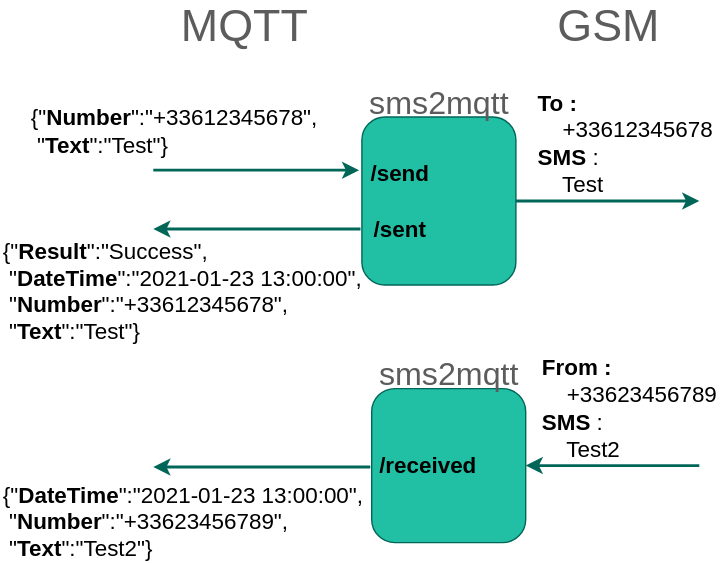
This is diagram.svg from Domochip/sms2mqtt, a draw.io export, as it was before one commit. Source tidied: cells renumbered, new cells last; positions are measured from the earlier drawing's top-left corner, leaving out a move shared by most shapes.
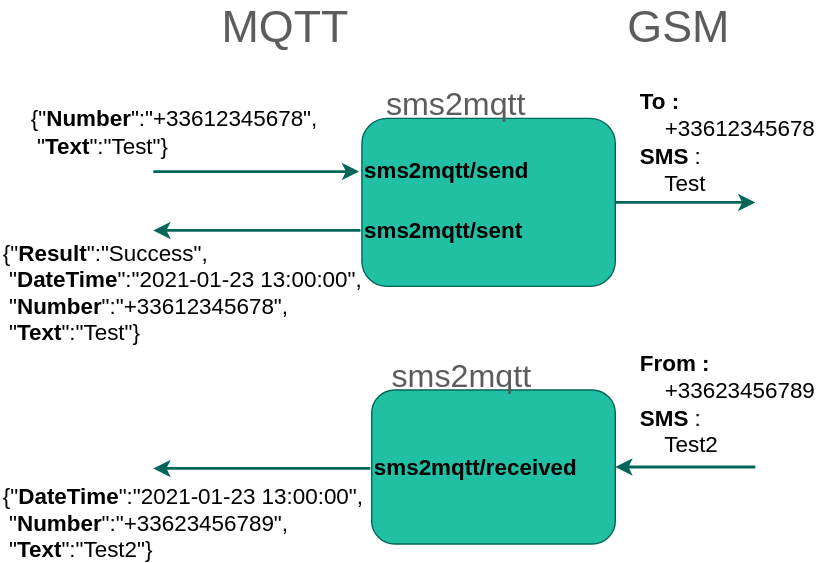
After the change.

Change to the diagram source:
```diff
@@ -4,11 +4,11 @@
     <mxCell id="1" parent="0" />
     <mxCell id="2" style="edgeStyle=orthogonalEdgeStyle;jettySize=auto;html=1;exitX=1;exitY=0.5;exitDx=0;exitDy=0;strokeColor=#006658;fontColor=#5C5C5C;strokeWidth=2;" parent="1" edge="1" source="3">
       <mxGeometry relative="1" as="geometry">
-        <mxPoint x="499" y="140" as="targetPoint" />
+        <mxPoint x="539" y="140" as="targetPoint" />
       </mxGeometry>
     </mxCell>
     <mxCell id="3" style="whiteSpace=wrap;html=1;fillColor=#21C0A5;strokeColor=#006658;fontColor=#5C5C5C;rounded=1;" parent="1" vertex="1">
-      <mxGeometry x="258" y="80" width="110" height="120" as="geometry" />
+      <mxGeometry x="258" y="80" width="181" height="120" as="geometry" />
     </mxCell>
     <mxCell id="4" style="endArrow=classic;html=1;strokeColor=#006658;fontColor=#5C5C5C;strokeWidth=2;" parent="1" edge="1">
       <mxGeometry relative="1" as="geometry">
@@ -17,16 +17,16 @@
       </mxGeometry>
     </mxCell>
     <mxCell id="5" value="&lt;font style=&quot;font-size: 32px&quot;&gt;MQTT&lt;/font&gt;" style="text;html=1;align=center;verticalAlign=middle;fillColor=none;strokeColor=none;fontColor=#5C5C5C;rounded=1;" parent="1" vertex="1">
-      <mxGeometry x="119" width="110" height="30" as="geometry" />
+      <mxGeometry x="148" width="110" height="30" as="geometry" />
     </mxCell>
     <mxCell id="6" value="&lt;font style=&quot;font-size: 32px&quot;&gt;GSM&lt;/font&gt;" style="text;html=1;align=center;verticalAlign=middle;fillColor=none;strokeColor=none;fontColor=#5C5C5C;rounded=1;" parent="1" vertex="1">
-      <mxGeometry x="389" width="90" height="30" as="geometry" />
+      <mxGeometry x="439" width="90" height="30" as="geometry" />
     </mxCell>
     <mxCell id="7" value="&lt;div style=&quot;font-size: 16px&quot;&gt;&lt;/div&gt;&lt;font style=&quot;font-size: 16px&quot; color=&quot;#000000&quot;&gt;{&quot;&lt;b&gt;Number&lt;/b&gt;&quot;:&quot;+33612345678&quot;,&lt;/font&gt;&lt;div style=&quot;font-size: 16px&quot;&gt;&lt;font style=&quot;font-size: 16px&quot; color=&quot;#000000&quot;&gt;&lt;font style=&quot;font-size: 16px&quot;&gt;&amp;nbsp;&quot;&lt;b&gt;Text&lt;/b&gt;&quot;:&quot;Test&quot;&lt;/font&gt;}&lt;/font&gt;&lt;/div&gt;" style="text;html=1;align=left;verticalAlign=middle;fillColor=none;strokeColor=none;fontColor=#5C5C5C;rounded=1;" parent="1" vertex="1">
       <mxGeometry x="20" y="75" width="220" height="30" as="geometry" />
     </mxCell>
     <mxCell id="8" value="&lt;div style=&quot;text-align: left ; font-size: 16px&quot;&gt;&lt;b&gt;&lt;font style=&quot;font-size: 16px&quot; color=&quot;#000000&quot;&gt;To :&amp;nbsp;&lt;/font&gt;&lt;/b&gt;&lt;/div&gt;&lt;div style=&quot;text-align: left ; font-size: 16px&quot;&gt;&lt;span&gt;&lt;font style=&quot;font-size: 16px&quot; color=&quot;#000000&quot;&gt;&amp;nbsp; &amp;nbsp; +33612345678&lt;/font&gt;&lt;/span&gt;&lt;/div&gt;&lt;div style=&quot;text-align: left ; font-size: 16px&quot;&gt;&lt;span&gt;&lt;font style=&quot;font-size: 16px&quot; color=&quot;#000000&quot;&gt;&lt;b&gt;SMS &lt;/b&gt;:&amp;nbsp;&lt;/font&gt;&lt;/span&gt;&lt;/div&gt;&lt;div style=&quot;text-align: left ; font-size: 16px&quot;&gt;&lt;font style=&quot;font-size: 16px&quot; color=&quot;#000000&quot;&gt;&amp;nbsp; &amp;nbsp; Test&lt;/font&gt;&lt;/div&gt;" style="text;html=1;align=center;verticalAlign=middle;fillColor=none;strokeColor=none;fontColor=#5C5C5C;rounded=1;" parent="1" vertex="1">
-      <mxGeometry x="376" y="69" width="140" height="60" as="geometry" />
+      <mxGeometry x="449" y="67" width="140" height="60" as="geometry" />
     </mxCell>
     <mxCell id="9" value="&lt;div style=&quot;font-size: 16px&quot;&gt;&lt;span style=&quot;color: rgb(0 , 0 , 0)&quot;&gt;{&quot;&lt;b&gt;Result&lt;/b&gt;&quot;:&quot;Success&quot;,&lt;/span&gt;&lt;br&gt;&lt;/div&gt;&lt;div style=&quot;font-size: 16px&quot;&gt;&lt;/div&gt;&lt;font style=&quot;font-size: 16px&quot; color=&quot;#000000&quot;&gt;&amp;nbsp;&quot;&lt;b&gt;DateTime&lt;/b&gt;&quot;:&quot;2021-01-23 13:00:00&quot;,&lt;br&gt;&amp;nbsp;&quot;&lt;b&gt;Number&lt;/b&gt;&quot;:&quot;+33612345678&quot;,&lt;br&gt;&lt;/font&gt;&lt;div style=&quot;font-size: 16px&quot;&gt;&lt;font style=&quot;font-size: 16px&quot; color=&quot;#000000&quot;&gt;&amp;nbsp;&quot;&lt;b&gt;Text&lt;/b&gt;&quot;:&quot;Test&quot;}&lt;/font&gt;&lt;/div&gt;&lt;span style=&quot;font-size: 16px&quot;&gt;&lt;br&gt;&lt;/span&gt;" style="text;html=1;align=left;verticalAlign=middle;fillColor=none;strokeColor=none;fontColor=#5C5C5C;rounded=1;" parent="1" vertex="1">
       <mxGeometry y="174" width="270" height="80" as="geometry" />
@@ -39,14 +39,14 @@
     </mxCell>
     <mxCell id="11" style="edgeStyle=orthogonalEdgeStyle;jettySize=auto;html=1;exitX=1;exitY=0.5;exitDx=0;exitDy=0;startArrow=classic;startFill=1;endArrow=none;endFill=0;strokeColor=#006658;fontColor=#5C5C5C;strokeWidth=2;" parent="1" edge="1" source="12">
       <mxGeometry relative="1" as="geometry">
-        <mxPoint x="499" y="329" as="targetPoint" />
+        <mxPoint x="539" y="329" as="targetPoint" />
       </mxGeometry>
     </mxCell>
     <mxCell id="12" style="whiteSpace=wrap;html=1;fillColor=#21C0A5;strokeColor=#006658;fontColor=#5C5C5C;rounded=1;" parent="1" vertex="1">
-      <mxGeometry x="265" y="274" width="110" height="110" as="geometry" />
+      <mxGeometry x="265" y="274" width="174" height="110" as="geometry" />
     </mxCell>
     <mxCell id="13" value="&lt;div style=&quot;text-align: left ; font-size: 16px&quot;&gt;&lt;b&gt;&lt;font style=&quot;font-size: 16px&quot; color=&quot;#000000&quot;&gt;From :&amp;nbsp;&lt;/font&gt;&lt;/b&gt;&lt;/div&gt;&lt;div style=&quot;text-align: left ; font-size: 16px&quot;&gt;&lt;span&gt;&lt;font style=&quot;font-size: 16px&quot; color=&quot;#000000&quot;&gt;&amp;nbsp; &amp;nbsp; +33623456789&lt;/font&gt;&lt;/span&gt;&lt;/div&gt;&lt;div style=&quot;text-align: left ; font-size: 16px&quot;&gt;&lt;span&gt;&lt;font style=&quot;font-size: 16px&quot; color=&quot;#000000&quot;&gt;&lt;b&gt;SMS &lt;/b&gt;:&amp;nbsp;&lt;/font&gt;&lt;/span&gt;&lt;/div&gt;&lt;div style=&quot;text-align: left ; font-size: 16px&quot;&gt;&lt;font style=&quot;font-size: 16px&quot; color=&quot;#000000&quot;&gt;&amp;nbsp; &amp;nbsp; Test2&lt;/font&gt;&lt;/div&gt;" style="text;html=1;align=center;verticalAlign=middle;fillColor=none;strokeColor=none;fontColor=#5C5C5C;rounded=1;" parent="1" vertex="1">
-      <mxGeometry x="379" y="258" width="140" height="60" as="geometry" />
+      <mxGeometry x="449" y="254" width="140" height="60" as="geometry" />
     </mxCell>
     <mxCell id="14" value="&lt;div style=&quot;font-size: 16px&quot;&gt;&lt;/div&gt;&lt;font style=&quot;font-size: 16px&quot; color=&quot;#000000&quot;&gt;{&lt;/font&gt;&lt;span style=&quot;color: rgb(0 , 0 , 0) ; font-size: 16px&quot;&gt;&quot;&lt;/span&gt;&lt;b style=&quot;color: rgb(0 , 0 , 0) ; font-size: 16px&quot;&gt;DateTime&lt;/b&gt;&lt;span style=&quot;color: rgb(0 , 0 , 0) ; font-size: 16px&quot;&gt;&quot;:&quot;2021-01-23 13:00:00&quot;,&lt;/span&gt;&lt;font style=&quot;font-size: 16px&quot; color=&quot;#000000&quot;&gt;&lt;br&gt;&amp;nbsp;&quot;&lt;b&gt;Number&lt;/b&gt;&quot;:&quot;+33623456789&quot;,&lt;/font&gt;&lt;div style=&quot;font-size: 16px&quot;&gt;&lt;font style=&quot;font-size: 16px&quot; color=&quot;#000000&quot;&gt;&amp;nbsp;&quot;&lt;b&gt;Text&lt;/b&gt;&quot;:&quot;Test2&quot;&lt;/font&gt;&lt;span style=&quot;color: rgb(0 , 0 , 0)&quot;&gt;}&lt;/span&gt;&lt;/div&gt;" style="text;html=1;align=left;verticalAlign=middle;fillColor=none;strokeColor=none;fontColor=#5C5C5C;rounded=1;" parent="1" vertex="1">
       <mxGeometry y="344" width="270" height="50" as="geometry" />
@@ -57,20 +57,20 @@
         <mxPoint x="109" y="330" as="targetPoint" />
       </mxGeometry>
     </mxCell>
-    <mxCell id="16" value="&lt;b&gt;&lt;font style=&quot;font-size: 16px&quot;&gt;/send&lt;/font&gt;&lt;/b&gt;" style="text;html=1;align=center;verticalAlign=middle;fillColor=none;strokeColor=none;rounded=0;" parent="1" vertex="1">
-      <mxGeometry x="255" y="110" width="60" height="20" as="geometry" />
+    <mxCell id="16" value="&lt;b&gt;&lt;font style=&quot;font-size: 16px&quot;&gt;sms2mqtt/send&lt;/font&gt;&lt;/b&gt;" style="text;html=1;align=left;verticalAlign=middle;fillColor=none;strokeColor=none;rounded=0;" parent="1" vertex="1">
+      <mxGeometry x="258" y="107" width="130" height="20" as="geometry" />
     </mxCell>
-    <mxCell id="17" value="&lt;b&gt;&lt;font style=&quot;font-size: 16px&quot;&gt;/sent&lt;/font&gt;&lt;/b&gt;" style="text;html=1;align=center;verticalAlign=middle;fillColor=none;strokeColor=none;rounded=0;" parent="1" vertex="1">
-      <mxGeometry x="260" y="150" width="50" height="20" as="geometry" />
+    <mxCell id="17" value="&lt;b&gt;&lt;font style=&quot;font-size: 16px&quot;&gt;sms2mqtt/sent&lt;/font&gt;&lt;/b&gt;" style="text;html=1;align=left;verticalAlign=middle;fillColor=none;strokeColor=none;rounded=0;" parent="1" vertex="1">
+      <mxGeometry x="258" y="150" width="130" height="20" as="geometry" />
     </mxCell>
-    <mxCell id="18" value="&lt;b&gt;&lt;font style=&quot;font-size: 16px&quot;&gt;/received&lt;/font&gt;&lt;/b&gt;" style="text;html=1;align=center;verticalAlign=middle;fillColor=none;strokeColor=none;rounded=0;" parent="1" vertex="1">
-      <mxGeometry x="265" y="319" width="80" height="20" as="geometry" />
+    <mxCell id="18" value="&lt;b&gt;&lt;font style=&quot;font-size: 16px&quot;&gt;sms2mqtt/received&lt;/font&gt;&lt;/b&gt;" style="text;html=1;align=left;verticalAlign=middle;fillColor=none;strokeColor=none;rounded=0;" parent="1" vertex="1">
+      <mxGeometry x="265" y="319" width="160" height="20" as="geometry" />
     </mxCell>
     <mxCell id="19" value="&lt;span style=&quot;color: rgb(92 , 92 , 92) ; font-size: 23px&quot;&gt;sms2mqtt&lt;/span&gt;" style="text;html=1;align=center;verticalAlign=middle;fillColor=none;strokeColor=none;rounded=0;" parent="1" vertex="1">
-      <mxGeometry x="253" y="60" width="120" height="20" as="geometry" />
+      <mxGeometry x="265" y="60" width="120" height="20" as="geometry" />
     </mxCell>
     <mxCell id="20" value="&lt;span style=&quot;color: rgb(92 , 92 , 92) ; font-size: 23px&quot;&gt;sms2mqtt&lt;/span&gt;" style="text;html=1;align=center;verticalAlign=middle;fillColor=none;strokeColor=none;rounded=0;" parent="1" vertex="1">
-      <mxGeometry x="260" y="254" width="120" height="20" as="geometry" />
+      <mxGeometry x="269" y="254" width="120" height="20" as="geometry" />
     </mxCell>
   </root>
 </mxGraphModel>
```
